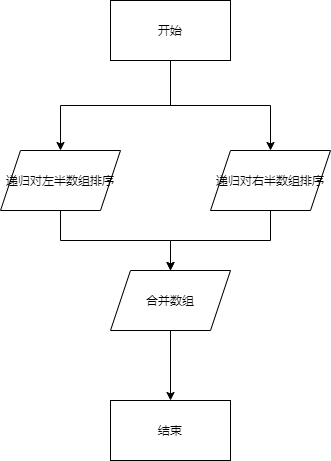
Earlier version of the draw.io export CourseDesignOfDataStructure/picture/p10/merge().png (Shotray/Gaint). Source tidied: cells renumbered, new cells last; positions are measured from the earlier drawing's top-left corner, leaving out a move shared by most shapes. Source of this version:
```xml
<mxGraphModel>
  <root>
    <mxCell id="0" />
    <mxCell id="1" parent="0" />
    <mxCell id="2" style="edgeStyle=orthogonalEdgeStyle;rounded=0;jettySize=auto;html=1;exitX=0.5;exitY=1;exitDx=0;exitDy=0;" parent="1" edge="1" source="4" target="6">
      <mxGeometry relative="1" as="geometry" />
    </mxCell>
    <mxCell id="3" style="edgeStyle=orthogonalEdgeStyle;rounded=0;jettySize=auto;html=1;exitX=0.5;exitY=1;exitDx=0;exitDy=0;" parent="1" edge="1" source="4" target="8">
      <mxGeometry relative="1" as="geometry" />
    </mxCell>
    <mxCell id="4" value="开始" style="rounded=0;whiteSpace=wrap;html=1;" parent="1" vertex="1">
      <mxGeometry x="110" width="120" height="60" as="geometry" />
    </mxCell>
    <mxCell id="5" style="edgeStyle=orthogonalEdgeStyle;rounded=0;jettySize=auto;html=1;exitX=0.5;exitY=1;exitDx=0;exitDy=0;" parent="1" edge="1" source="6" target="10">
      <mxGeometry relative="1" as="geometry" />
    </mxCell>
    <mxCell id="6" value="递归对左半数组排序" style="shape=parallelogram;perimeter=parallelogramPerimeter;whiteSpace=wrap;html=1;fixedSize=1;" parent="1" vertex="1">
      <mxGeometry y="150" width="120" height="60" as="geometry" />
    </mxCell>
    <mxCell id="7" style="edgeStyle=orthogonalEdgeStyle;rounded=0;jettySize=auto;html=1;exitX=0.5;exitY=1;exitDx=0;exitDy=0;" parent="1" edge="1" source="8">
      <mxGeometry relative="1" as="geometry">
        <mxPoint x="170" y="270" as="targetPoint" />
      </mxGeometry>
    </mxCell>
    <mxCell id="8" value="递归对右半数组排序" style="shape=parallelogram;perimeter=parallelogramPerimeter;whiteSpace=wrap;html=1;fixedSize=1;" parent="1" vertex="1">
      <mxGeometry x="210" y="150" width="120" height="60" as="geometry" />
    </mxCell>
    <mxCell id="9" style="edgeStyle=orthogonalEdgeStyle;rounded=0;jettySize=auto;html=1;exitX=0.5;exitY=1;exitDx=0;exitDy=0;entryX=0.5;entryY=0;entryDx=0;entryDy=0;" parent="1" edge="1" source="10" target="11">
      <mxGeometry relative="1" as="geometry" />
    </mxCell>
    <mxCell id="10" value="合并数组" style="shape=parallelogram;perimeter=parallelogramPerimeter;whiteSpace=wrap;html=1;fixedSize=1;" parent="1" vertex="1">
      <mxGeometry x="110" y="270" width="120" height="60" as="geometry" />
    </mxCell>
    <mxCell id="11" value="结束" style="rounded=0;whiteSpace=wrap;html=1;" parent="1" vertex="1">
      <mxGeometry x="110" y="400" width="120" height="60" as="geometry" />
    </mxCell>
  </root>
</mxGraphModel>
```
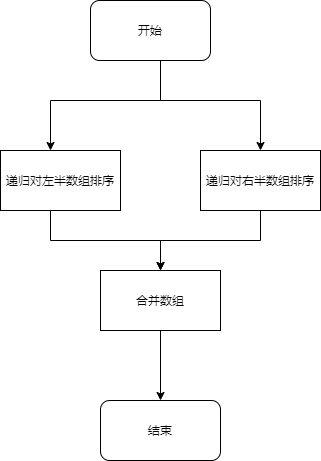
Above is the later version.

Change to the diagram source:
```diff
@@ -2,36 +2,60 @@
   <root>
     <mxCell id="0" />
     <mxCell id="1" parent="0" />
-    <mxCell id="2" style="edgeStyle=orthogonalEdgeStyle;rounded=0;jettySize=auto;html=1;exitX=0.5;exitY=1;exitDx=0;exitDy=0;" parent="1" edge="1" source="4" target="6">
-      <mxGeometry relative="1" as="geometry" />
+    <mxCell id="2" style="edgeStyle=orthogonalEdgeStyle;rounded=0;orthogonalLoop=1;jettySize=auto;html=1;exitX=0.5;exitY=1;exitDx=0;exitDy=0;" parent="1" edge="1">
+      <mxGeometry relative="1" as="geometry">
+        <mxPoint x="170" y="60" as="sourcePoint" />
+        <mxPoint x="60" y="150" as="targetPoint" />
+        <Array as="points">
+          <mxPoint x="170" y="100" />
+          <mxPoint x="60" y="100" />
+        </Array>
+      </mxGeometry>
     </mxCell>
-    <mxCell id="3" style="edgeStyle=orthogonalEdgeStyle;rounded=0;jettySize=auto;html=1;exitX=0.5;exitY=1;exitDx=0;exitDy=0;" parent="1" edge="1" source="4" target="8">
-      <mxGeometry relative="1" as="geometry" />
+    <mxCell id="3" style="edgeStyle=orthogonalEdgeStyle;rounded=0;orthogonalLoop=1;jettySize=auto;html=1;exitX=0.5;exitY=1;exitDx=0;exitDy=0;" parent="1" edge="1">
+      <mxGeometry relative="1" as="geometry">
+        <mxPoint x="170" y="60" as="sourcePoint" />
+        <mxPoint x="270" y="150" as="targetPoint" />
+        <Array as="points">
+          <mxPoint x="170" y="100" />
+          <mxPoint x="270" y="100" />
+        </Array>
+      </mxGeometry>
     </mxCell>
+    <mxCell id="5" style="edgeStyle=orthogonalEdgeStyle;rounded=0;orthogonalLoop=1;jettySize=auto;html=1;exitX=0.5;exitY=1;exitDx=0;exitDy=0;" parent="1" edge="1">
+      <mxGeometry relative="1" as="geometry">
+        <mxPoint x="60" y="210" as="sourcePoint" />
+        <mxPoint x="170" y="270" as="targetPoint" />
+        <Array as="points">
+          <mxPoint x="60" y="240" />
+          <mxPoint x="170" y="240" />
+        </Array>
+      </mxGeometry>
+    </mxCell>
+    <mxCell id="9" style="edgeStyle=orthogonalEdgeStyle;rounded=0;orthogonalLoop=1;jettySize=auto;html=1;exitX=0.5;exitY=1;exitDx=0;exitDy=0;entryX=0.5;entryY=0;entryDx=0;entryDy=0;" parent="1" edge="1">
+      <mxGeometry relative="1" as="geometry">
+        <mxPoint x="170" y="330" as="sourcePoint" />
+        <mxPoint x="170" y="400" as="targetPoint" />
+      </mxGeometry>
+    </mxCell>
-    <mxCell id="4" value="开始" style="rounded=0;whiteSpace=wrap;html=1;" parent="1" vertex="1">
-      <mxGeometry x="110" width="120" height="60" as="geometry" />
+    <mxCell id="4" value="开始" style="rounded=1;whiteSpace=wrap;html=1;" parent="1" vertex="1">
+      <mxGeometry x="100" width="120" height="60" as="geometry" />
     </mxCell>
-    <mxCell id="5" style="edgeStyle=orthogonalEdgeStyle;rounded=0;jettySize=auto;html=1;exitX=0.5;exitY=1;exitDx=0;exitDy=0;" parent="1" edge="1" source="6" target="10">
-      <mxGeometry relative="1" as="geometry" />
-    </mxCell>
-    <mxCell id="6" value="递归对左半数组排序" style="shape=parallelogram;perimeter=parallelogramPerimeter;whiteSpace=wrap;html=1;fixedSize=1;" parent="1" vertex="1">
-      <mxGeometry y="150" width="120" height="60" as="geometry" />
+    <mxCell id="6" value="递归对左半数组排序" style="rounded=0;whiteSpace=wrap;html=1;" parent="1" vertex="1">
+      <mxGeometry x="10" y="150" width="120" height="60" as="geometry" />
     </mxCell>
-    <mxCell id="7" style="edgeStyle=orthogonalEdgeStyle;rounded=0;jettySize=auto;html=1;exitX=0.5;exitY=1;exitDx=0;exitDy=0;" parent="1" edge="1" source="8">
-      <mxGeometry relative="1" as="geometry">
-        <mxPoint x="170" y="270" as="targetPoint" />
-      </mxGeometry>
-    </mxCell>
+    <mxCell id="12" style="edgeStyle=orthogonalEdgeStyle;rounded=0;jettySize=auto;html=1;exitX=0.5;exitY=1;exitDx=0;exitDy=0;entryX=0.5;entryY=0;entryDx=0;entryDy=0;" parent="1" edge="1" source="8">
+      <mxGeometry relative="1" as="geometry">
+        <mxPoint x="170" y="270" as="targetPoint" />
+      </mxGeometry>
+    </mxCell>
-    <mxCell id="8" value="递归对右半数组排序" style="shape=parallelogram;perimeter=parallelogramPerimeter;whiteSpace=wrap;html=1;fixedSize=1;" parent="1" vertex="1">
+    <mxCell id="8" value="递归对右半数组排序" style="rounded=0;whiteSpace=wrap;html=1;" parent="1" vertex="1">
       <mxGeometry x="210" y="150" width="120" height="60" as="geometry" />
     </mxCell>
-    <mxCell id="9" style="edgeStyle=orthogonalEdgeStyle;rounded=0;jettySize=auto;html=1;exitX=0.5;exitY=1;exitDx=0;exitDy=0;entryX=0.5;entryY=0;entryDx=0;entryDy=0;" parent="1" edge="1" source="10" target="11">
-      <mxGeometry relative="1" as="geometry" />
-    </mxCell>
-    <mxCell id="10" value="合并数组" style="shape=parallelogram;perimeter=parallelogramPerimeter;whiteSpace=wrap;html=1;fixedSize=1;" parent="1" vertex="1">
+    <mxCell id="10" value="合并数组" style="rounded=0;whiteSpace=wrap;html=1;" parent="1" vertex="1">
       <mxGeometry x="110" y="270" width="120" height="60" as="geometry" />
     </mxCell>
-    <mxCell id="11" value="结束" style="rounded=0;whiteSpace=wrap;html=1;" parent="1" vertex="1">
+    <mxCell id="11" value="结束" style="rounded=1;whiteSpace=wrap;html=1;" parent="1" vertex="1">
       <mxGeometry x="110" y="400" width="120" height="60" as="geometry" />
     </mxCell>
   </root>
```
